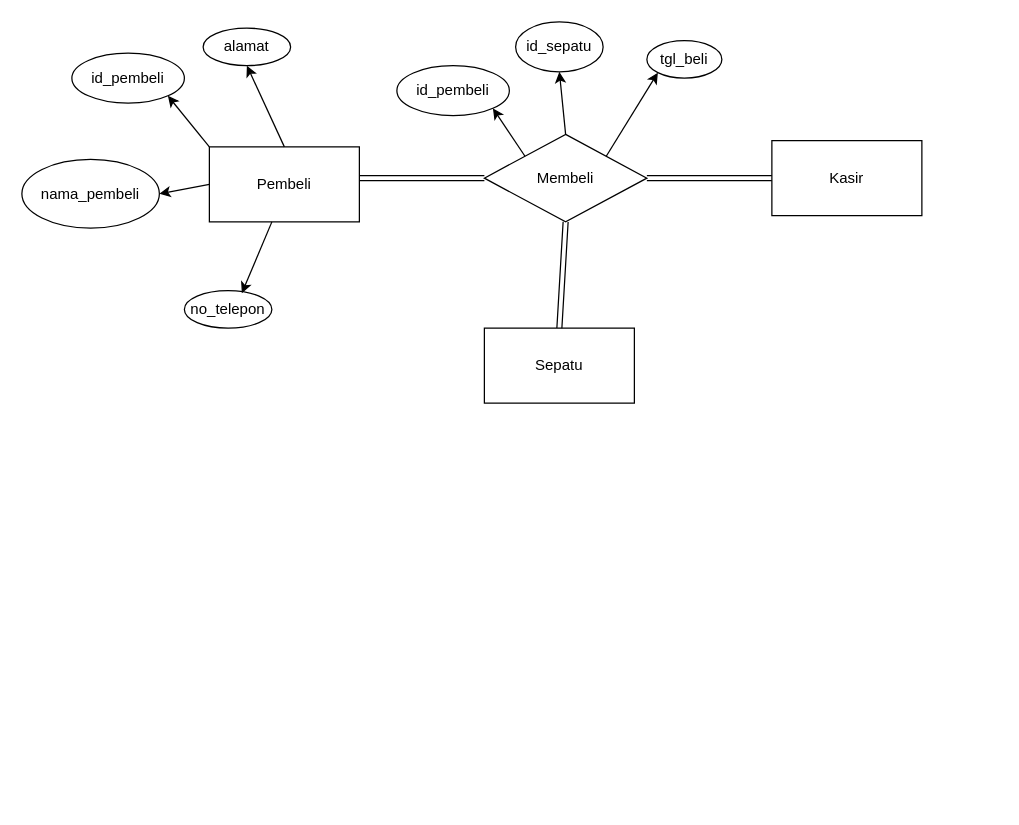
This is Diagram Tanpa Judul.drawio from rizalmhmd/Bot-Wa, a draw.io file, before an edit. Source tidied: cells renumbered, new cells numbered last; positions are measured from the earlier drawing's top-left corner, leaving out a move shared by most shapes. Both pictures are drawn from the tidied source at 125%, with x=0, y=0 at pixel (21, 21).
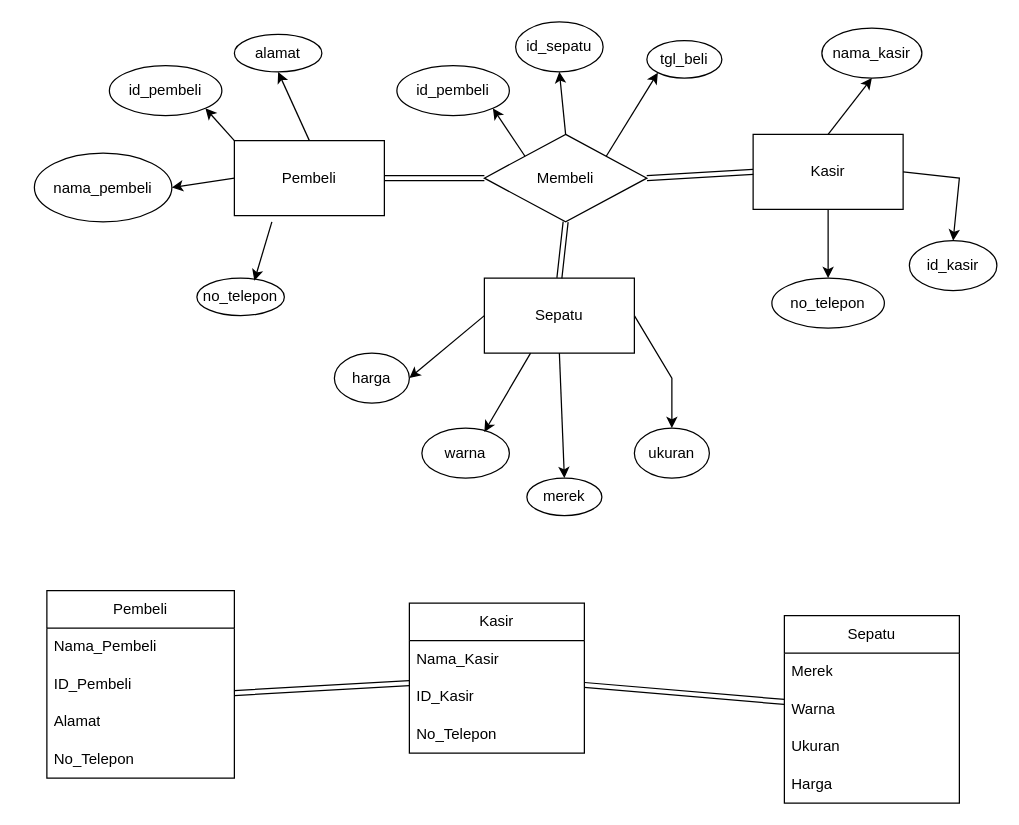
After the change.

The change refers to these unchanged cells:
```xml
<mxCell id="3" value="Membeli" style="rhombus;whiteSpace=wrap;html=1;" parent="1" vertex="1">
  <mxGeometry x="370" y="90" width="130" height="70" as="geometry" />
</mxCell>
```

Change to the diagram source:
```diff
@@
     <mxCell id="2" value="Pembeli" style="rounded=0;whiteSpace=wrap;html=1;" parent="1" vertex="1">
-      <mxGeometry x="150" y="100" width="120" height="60" as="geometry" />
+      <mxGeometry x="170" y="95" width="120" height="60" as="geometry" />
     </mxCell>
@@
     <mxCell id="4" value="Sepatu" style="rounded=0;whiteSpace=wrap;html=1;" parent="1" vertex="1">
-      <mxGeometry x="370" y="245" width="120" height="60" as="geometry" />
+      <mxGeometry x="370" y="205" width="120" height="60" as="geometry" />
     </mxCell>
     <mxCell id="5" value="Kasir" style="rounded=0;whiteSpace=wrap;html=1;" parent="1" vertex="1">
-      <mxGeometry x="600" y="95" width="120" height="60" as="geometry" />
+      <mxGeometry x="585" y="90" width="120" height="60" as="geometry" />
     </mxCell>
-    <mxCell id="6" style="shape=link;html=1;rounded=0;entryX=0;entryY=0.5;entryDx=0;entryDy=0;" parent="1" edge="1" target="3">
-      <mxGeometry relative="1" as="geometry">
-        <mxPoint x="270" y="125" as="sourcePoint" />
-      </mxGeometry>
+    <mxCell id="6" style="shape=link;html=1;rounded=0;entryX=0;entryY=0.5;entryDx=0;entryDy=0;exitX=1;exitY=0.5;exitDx=0;exitDy=0;" parent="1" edge="1" source="2" target="3">
+      <mxGeometry relative="1" as="geometry" />
     </mxCell>
@@
     <mxCell id="9" value="nama_pembeli" style="ellipse;whiteSpace=wrap;html=1;" parent="1" vertex="1">
-      <mxGeometry y="110" width="110" height="55" as="geometry" />
+      <mxGeometry x="10" y="105" width="110" height="55" as="geometry" />
     </mxCell>
     <mxCell id="10" value="alamat" style="ellipse;whiteSpace=wrap;html=1;" parent="1" vertex="1">
-      <mxGeometry x="145" y="5" width="70" height="30" as="geometry" />
+      <mxGeometry x="170" y="10" width="70" height="30" as="geometry" />
     </mxCell>
     <mxCell id="11" value="no_telepon" style="ellipse;whiteSpace=wrap;html=1;" parent="1" vertex="1">
-      <mxGeometry x="130" y="215" width="70" height="30" as="geometry" />
+      <mxGeometry x="140" y="205" width="70" height="30" as="geometry" />
     </mxCell>
@@
     <mxCell id="15" value="id_pembeli" style="ellipse;whiteSpace=wrap;html=1;" parent="1" vertex="1">
-      <mxGeometry x="40" y="25" width="90" height="40" as="geometry" />
+      <mxGeometry x="70" y="35" width="90" height="40" as="geometry" />
     </mxCell>
@@
+    <mxCell id="23" value="nama_kasir" style="ellipse;whiteSpace=wrap;html=1;" parent="1" vertex="1">
+      <mxGeometry x="640" y="5" width="80" height="40" as="geometry" />
+    </mxCell>
+    <mxCell id="24" style="endArrow=classic;html=1;rounded=0;exitX=0.5;exitY=0;exitDx=0;exitDy=0;entryX=0.5;entryY=1;entryDx=0;entryDy=0;" parent="1" edge="1" source="5" target="23">
+      <mxGeometry relative="1" as="geometry" />
+    </mxCell>
+    <mxCell id="25" value="no_telepon" style="ellipse;whiteSpace=wrap;html=1;" parent="1" vertex="1">
+      <mxGeometry x="600" y="205" width="90" height="40" as="geometry" />
+    </mxCell>
+    <mxCell id="26" style="endArrow=classic;html=1;rounded=0;entryX=0.5;entryY=0;entryDx=0;entryDy=0;exitX=0.5;exitY=1;exitDx=0;exitDy=0;" parent="1" edge="1" source="5" target="25">
+      <mxGeometry relative="1" as="geometry" />
+    </mxCell>
+    <mxCell id="27" value="id_kasir" style="ellipse;whiteSpace=wrap;html=1;" parent="1" vertex="1">
+      <mxGeometry x="710" y="175" width="70" height="40" as="geometry" />
+    </mxCell>
+    <mxCell id="28" style="endArrow=classic;html=1;rounded=0;entryX=0.5;entryY=0;entryDx=0;entryDy=0;exitX=1;exitY=0.5;exitDx=0;exitDy=0;" parent="1" edge="1" source="5" target="27">
+      <mxGeometry relative="1" as="geometry">
+        <Array as="points">
+          <mxPoint x="750" y="125" />
+        </Array>
+      </mxGeometry>
+    </mxCell>
+    <mxCell id="29" value="merek" style="ellipse;whiteSpace=wrap;html=1;" parent="1" vertex="1">
+      <mxGeometry x="404" y="365" width="60" height="30" as="geometry" />
+    </mxCell>
+    <mxCell id="30" style="endArrow=classic;html=1;rounded=0;exitX=0.5;exitY=1;exitDx=0;exitDy=0;entryX=0.5;entryY=0;entryDx=0;entryDy=0;" parent="1" edge="1" source="4" target="29">
+      <mxGeometry relative="1" as="geometry" />
+    </mxCell>
+    <mxCell id="31" value="harga" style="ellipse;whiteSpace=wrap;html=1;" parent="1" vertex="1">
+      <mxGeometry x="250" y="265" width="60" height="40" as="geometry" />
+    </mxCell>
+    <mxCell id="32" style="endArrow=classic;html=1;rounded=0;exitX=0;exitY=0.5;exitDx=0;exitDy=0;entryX=1;entryY=0.5;entryDx=0;entryDy=0;" parent="1" edge="1" source="4" target="31">
+      <mxGeometry relative="1" as="geometry" />
+    </mxCell>
+    <mxCell id="33" value="ukuran" style="ellipse;whiteSpace=wrap;html=1;" parent="1" vertex="1">
+      <mxGeometry x="490" y="325" width="60" height="40" as="geometry" />
+    </mxCell>
+    <mxCell id="34" style="endArrow=classic;html=1;rounded=0;entryX=0.5;entryY=0;entryDx=0;entryDy=0;exitX=1;exitY=0.5;exitDx=0;exitDy=0;" parent="1" edge="1" source="4" target="33">
+      <mxGeometry relative="1" as="geometry">
+        <Array as="points">
+          <mxPoint x="520" y="285" />
+        </Array>
+      </mxGeometry>
+    </mxCell>
+    <mxCell id="35" value="warna" style="ellipse;whiteSpace=wrap;html=1;" parent="1" vertex="1">
+      <mxGeometry x="320" y="325" width="70" height="40" as="geometry" />
+    </mxCell>
+    <mxCell id="36" style="endArrow=classic;html=1;rounded=0;entryX=0.714;entryY=0.075;entryDx=0;entryDy=0;entryPerimeter=0;exitX=0.308;exitY=1;exitDx=0;exitDy=0;exitPerimeter=0;" parent="1" edge="1" source="4" target="35">
+      <mxGeometry relative="1" as="geometry" />
+    </mxCell>
+    <mxCell id="37" value="Pembeli" style="swimlane;fontStyle=0;horizontal=1;startSize=30;whiteSpace=wrap;html=1;" parent="1" vertex="1">
+      <mxGeometry x="20" y="455" width="150" height="150" as="geometry" />
+    </mxCell>
+    <mxCell id="38" value="Nama_Pembeli" style="text;strokeColor=none;fillColor=none;align=left;verticalAlign=middle;spacingLeft=4;spacingRight=4;overflow=hidden;whiteSpace=wrap;html=1;" parent="37" vertex="1">
+      <mxGeometry y="30" width="150" height="30" as="geometry" />
+    </mxCell>
+    <mxCell id="39" value="ID_Pembeli" style="text;strokeColor=none;fillColor=none;align=left;verticalAlign=middle;spacingLeft=4;spacingRight=4;overflow=hidden;points=[[0,0.5],[1,0.5]];portConstraint=eastwest;whiteSpace=wrap;html=1;" parent="37" vertex="1">
+      <mxGeometry y="60" width="150" height="30" as="geometry" />
+    </mxCell>
+    <mxCell id="40" value="&lt;div&gt;Alamat&lt;/div&gt;" style="text;strokeColor=none;fillColor=none;align=left;verticalAlign=middle;spacingLeft=4;spacingRight=4;overflow=hidden;whiteSpace=wrap;html=1;" parent="37" vertex="1">
+      <mxGeometry y="90" width="150" height="30" as="geometry" />
+    </mxCell>
+    <mxCell id="41" value="No_Telepon" style="text;strokeColor=none;fillColor=none;align=left;verticalAlign=middle;spacingLeft=4;spacingRight=4;overflow=hidden;whiteSpace=wrap;html=1;" parent="37" vertex="1">
+      <mxGeometry y="120" width="150" height="30" as="geometry" />
+    </mxCell>
+    <mxCell id="42" style="shape=link;html=1;rounded=0;exitX=1;exitY=0.733;exitDx=0;exitDy=0;exitPerimeter=0;" parent="1" edge="1" source="39" target="43">
+      <mxGeometry relative="1" as="geometry" />
+    </mxCell>
+    <mxCell id="43" value="Kasir" style="swimlane;fontStyle=0;horizontal=1;startSize=30;whiteSpace=wrap;html=1;" parent="1" vertex="1">
+      <mxGeometry x="310" y="465" width="140" height="120" as="geometry" />
+    </mxCell>
+    <mxCell id="44" value="Nama_Kasir" style="text;strokeColor=none;fillColor=none;align=left;verticalAlign=middle;spacingLeft=4;spacingRight=4;overflow=hidden;whiteSpace=wrap;html=1;" parent="43" vertex="1">
+      <mxGeometry y="30" width="140" height="30" as="geometry" />
+    </mxCell>
+    <mxCell id="45" value="ID_Kasir" style="text;strokeColor=none;fillColor=none;align=left;verticalAlign=middle;spacingLeft=4;spacingRight=4;overflow=hidden;points=[[0,0.5],[1,0.5]];portConstraint=eastwest;whiteSpace=wrap;html=1;" parent="43" vertex="1">
+      <mxGeometry y="60" width="140" height="30" as="geometry" />
+    </mxCell>
+    <mxCell id="46" value="No_Telepon" style="text;strokeColor=none;fillColor=none;align=left;verticalAlign=middle;spacingLeft=4;spacingRight=4;overflow=hidden;whiteSpace=wrap;html=1;" parent="43" vertex="1">
+      <mxGeometry y="90" width="140" height="30" as="geometry" />
+    </mxCell>
+    <mxCell id="47" style="shape=link;html=1;rounded=0;exitX=1;exitY=0.183;exitDx=0;exitDy=0;exitPerimeter=0;" parent="1" edge="1" source="45" target="48">
+      <mxGeometry relative="1" as="geometry" />
+    </mxCell>
+    <mxCell id="48" value="Sepatu" style="swimlane;fontStyle=0;horizontal=1;startSize=30;whiteSpace=wrap;html=1;" parent="1" vertex="1">
+      <mxGeometry x="610" y="475" width="140" height="150" as="geometry" />
+    </mxCell>
+    <mxCell id="49" value="Merek" style="text;strokeColor=none;fillColor=none;align=left;verticalAlign=middle;spacingLeft=4;spacingRight=4;overflow=hidden;whiteSpace=wrap;html=1;" parent="48" vertex="1">
+      <mxGeometry y="30" width="140" height="30" as="geometry" />
+    </mxCell>
+    <mxCell id="50" value="Warna" style="text;strokeColor=none;fillColor=none;align=left;verticalAlign=middle;spacingLeft=4;spacingRight=4;overflow=hidden;points=[[0,0.5],[1,0.5]];portConstraint=eastwest;whiteSpace=wrap;html=1;" parent="48" vertex="1">
+      <mxGeometry y="60" width="140" height="30" as="geometry" />
+    </mxCell>
+    <mxCell id="51" value="Ukuran" style="text;strokeColor=none;fillColor=none;align=left;verticalAlign=middle;spacingLeft=4;spacingRight=4;overflow=hidden;whiteSpace=wrap;html=1;" parent="48" vertex="1">
+      <mxGeometry y="90" width="140" height="30" as="geometry" />
+    </mxCell>
+    <mxCell id="52" value="Harga" style="text;strokeColor=none;fillColor=none;align=left;verticalAlign=middle;spacingLeft=4;spacingRight=4;overflow=hidden;whiteSpace=wrap;html=1;" parent="48" vertex="1">
+      <mxGeometry y="120" width="140" height="30" as="geometry" />
+    </mxCell>
+    <mxCell id="53" style="edgeStyle=orthogonalEdgeStyle;rounded=0;jettySize=auto;html=1;exitX=1;exitY=0.5;exitDx=0;exitDy=0;" parent="48" edge="1" source="48" target="50">
+      <mxGeometry relative="1" as="geometry" />
+    </mxCell>
```
